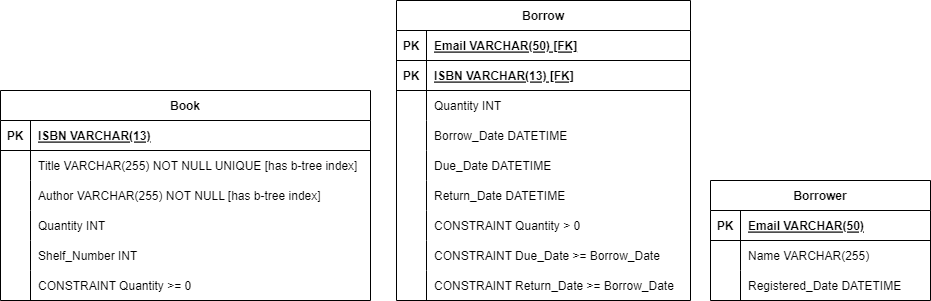
Above: Images/EERD.png in HeshamMoneer/LMS (draw.io), before the change. Source tidied: cells renumbered, new cells last; positions are measured from the earlier drawing's top-left corner, leaving out a move shared by most shapes.
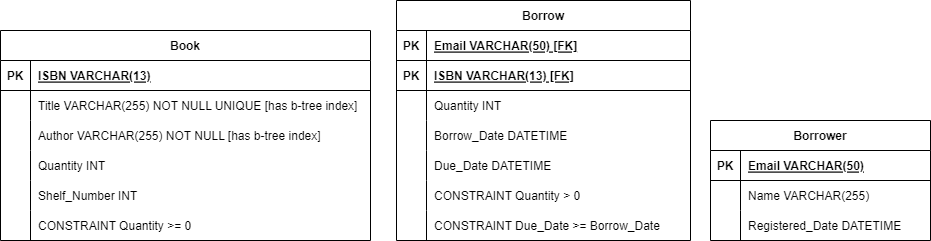
After the change.

Diff of the diagram source:
```diff
@@ -90,7 +90,7 @@
       <mxGeometry x="30" width="190" height="30" as="geometry" />
     </mxCell>
     <mxCell id="31" value="Borrow" style="shape=table;startSize=30;rowLines=0;fontStyle=1;align=center;" parent="1" vertex="1">
-      <mxGeometry x="396" width="294" height="300" as="geometry" />
+      <mxGeometry x="396" y="60" width="294" height="240" as="geometry" />
     </mxCell>
     <mxCell id="32" style="shape=tableRow;horizontal=0;startSize=0;swimlaneHead=0;swimlaneBody=0;fillColor=none;strokeColor=inherit;top=0;left=0;right=0;bottom=1;" parent="31" vertex="1">
       <mxGeometry y="30" width="294" height="30" as="geometry" />
@@ -137,17 +137,8 @@
     <mxCell id="46" value="Due_Date DATETIME" style="shape=partialRectangle;overflow=hidden;fillColor=none;align=left;strokeColor=inherit;top=0;left=0;bottom=0;right=0;spacingLeft=6;" parent="44" vertex="1">
       <mxGeometry x="30" width="264" height="30" as="geometry" />
     </mxCell>
-    <mxCell id="47" style="shape=tableRow;horizontal=0;startSize=0;swimlaneHead=0;swimlaneBody=0;fillColor=none;strokeColor=inherit;top=0;left=0;right=0;bottom=0;" parent="31" vertex="1">
-      <mxGeometry y="180" width="294" height="30" as="geometry" />
-    </mxCell>
-    <mxCell id="48" style="shape=partialRectangle;overflow=hidden;fillColor=none;strokeColor=inherit;top=0;left=0;bottom=0;right=0;" parent="47" vertex="1">
-      <mxGeometry width="30" height="30" as="geometry" />
-    </mxCell>
-    <mxCell id="49" value="Return_Date DATETIME" style="shape=partialRectangle;overflow=hidden;fillColor=none;align=left;strokeColor=inherit;top=0;left=0;bottom=0;right=0;spacingLeft=6;" parent="47" vertex="1">
-      <mxGeometry x="30" width="264" height="30" as="geometry" />
-    </mxCell>
     <mxCell id="50" style="shape=tableRow;horizontal=0;startSize=0;swimlaneHead=0;swimlaneBody=0;fillColor=none;strokeColor=inherit;top=0;left=0;right=0;bottom=0;" parent="31" vertex="1">
-      <mxGeometry y="210" width="294" height="30" as="geometry" />
+      <mxGeometry y="180" width="294" height="30" as="geometry" />
     </mxCell>
     <mxCell id="51" style="shape=partialRectangle;overflow=hidden;fillColor=none;strokeColor=inherit;top=0;left=0;bottom=0;right=0;" parent="50" vertex="1">
       <mxGeometry width="30" height="30" as="geometry" />
@@ -156,7 +147,7 @@
       <mxGeometry x="30" width="264" height="30" as="geometry" />
     </mxCell>
     <mxCell id="53" style="shape=tableRow;horizontal=0;startSize=0;swimlaneHead=0;swimlaneBody=0;fillColor=none;strokeColor=inherit;top=0;left=0;right=0;bottom=0;" parent="31" vertex="1">
-      <mxGeometry y="240" width="294" height="30" as="geometry" />
+      <mxGeometry y="210" width="294" height="30" as="geometry" />
     </mxCell>
     <mxCell id="54" style="shape=partialRectangle;overflow=hidden;fillColor=none;strokeColor=inherit;top=0;left=0;bottom=0;right=0;" parent="53" vertex="1">
       <mxGeometry width="30" height="30" as="geometry" />
@@ -164,14 +155,5 @@
     <mxCell id="55" value="CONSTRAINT Due_Date &gt;= Borrow_Date" style="shape=partialRectangle;overflow=hidden;fillColor=none;align=left;strokeColor=inherit;top=0;left=0;bottom=0;right=0;spacingLeft=6;" parent="53" vertex="1">
       <mxGeometry x="30" width="264" height="30" as="geometry" />
     </mxCell>
-    <mxCell id="56" style="shape=tableRow;horizontal=0;startSize=0;swimlaneHead=0;swimlaneBody=0;fillColor=none;strokeColor=inherit;top=0;left=0;right=0;bottom=0;" parent="31" vertex="1">
-      <mxGeometry y="270" width="294" height="30" as="geometry" />
-    </mxCell>
-    <mxCell id="57" style="shape=partialRectangle;overflow=hidden;fillColor=none;strokeColor=inherit;top=0;left=0;bottom=0;right=0;" parent="56" vertex="1">
-      <mxGeometry width="30" height="30" as="geometry" />
-    </mxCell>
-    <mxCell id="58" value="CONSTRAINT Return_Date &gt;= Borrow_Date" style="shape=partialRectangle;overflow=hidden;fillColor=none;align=left;strokeColor=inherit;top=0;left=0;bottom=0;right=0;spacingLeft=6;" parent="56" vertex="1">
-      <mxGeometry x="30" width="264" height="30" as="geometry" />
-    </mxCell>
   </root>
 </mxGraphModel>
```
